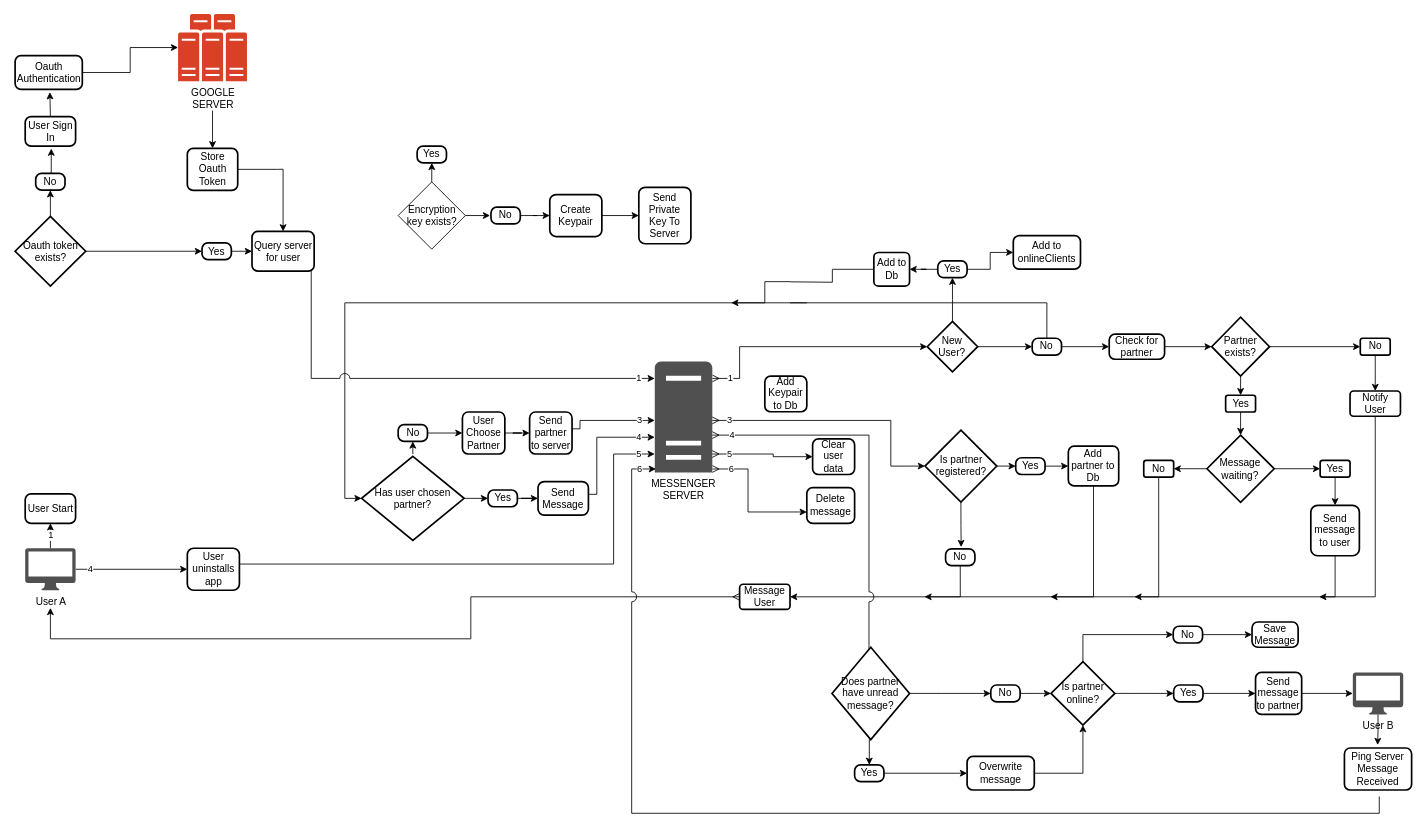
Above: mini_messenger_flowchart.drawio in gitupwithit/mini_messenger_extension (draw.io), before the change. Source tidied: cells renumbered, new cells numbered last; positions are measured from the earlier drawing's top-left corner, leaving out a move shared by most shapes. Both pictures are drawn from the tidied source at 84%, with x=0, y=0 at pixel (15, 13).
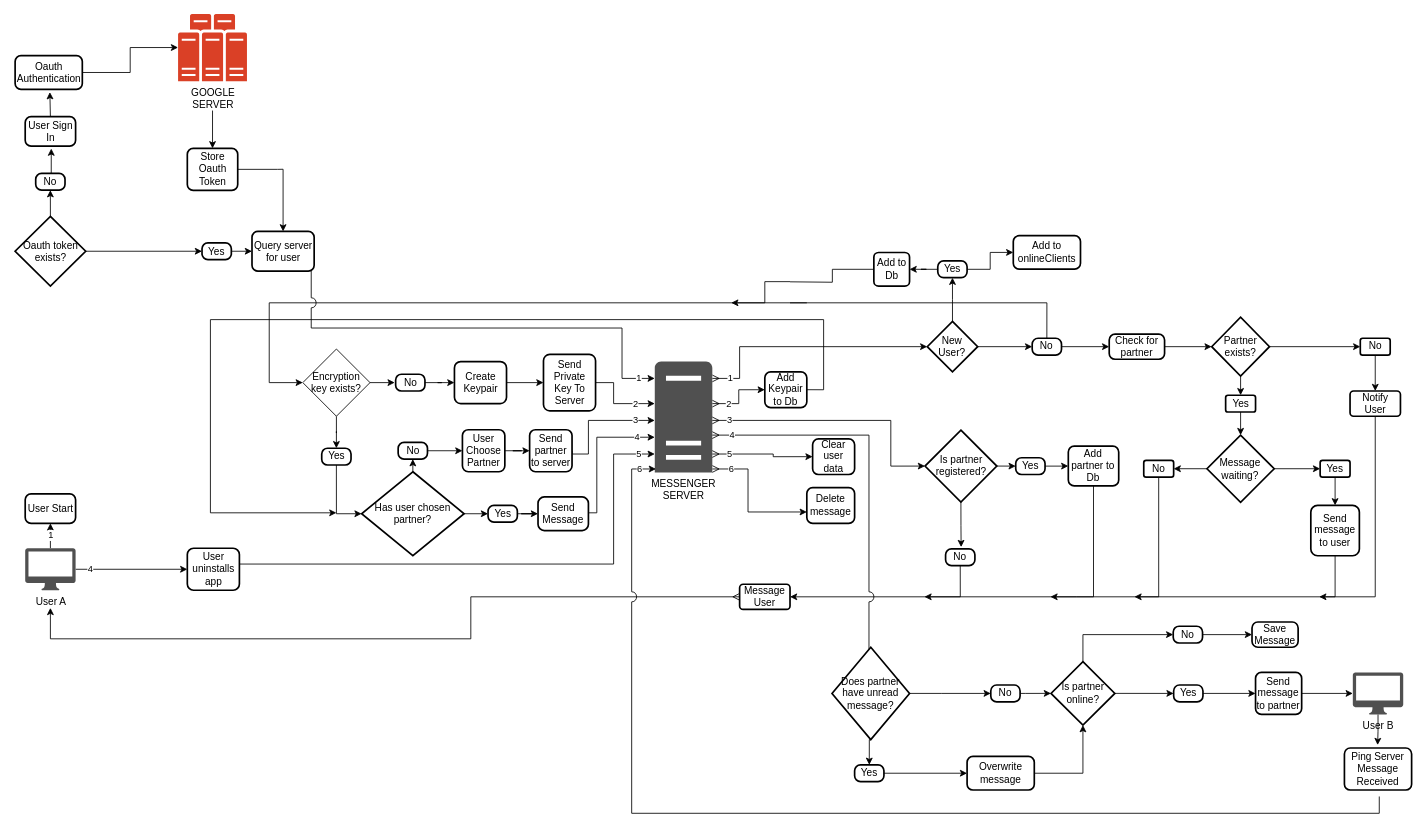
Above is the later version.

Unchanged cells that the change refers to:
```xml
<mxCell id="8" value="MESSENGER&lt;br&gt;SERVER" style="sketch=0;shadow=0;dashed=0;html=1;strokeColor=none;fillColor=#505050;labelPosition=center;verticalLabelPosition=bottom;verticalAlign=top;outlineConnect=0;align=center;shape=mxgraph.office.servers.server_generic;points=[[0.11,0.94,0,0,0],[0.5,1,0,0,34],[1,1,0,2,3]];" parent="1" vertex="1">
  <mxGeometry x="761" y="414" width="68.5" height="132" as="geometry" />
</mxCell>
```

Diff of the diagram source:
```diff
@@
+    <mxCell id="124" style="edgeStyle=orthogonalEdgeStyle;rounded=0;jettySize=auto;html=1;entryX=0;entryY=0.5;entryDx=0;entryDy=0;startArrow=ERmany;startFill=0;" parent="1" edge="1" source="8" target="123">
+      <mxGeometry relative="1" as="geometry">
+        <Array as="points">
+          <mxPoint x="861" y="464" />
+          <mxPoint x="861" y="448" />
+        </Array>
+      </mxGeometry>
+    </mxCell>
+    <mxCell id="125" value="2" style="edgeLabel;html=1;align=center;verticalAlign=middle;" parent="124" vertex="1">
+      <mxGeometry x="-0.52" y="1" relative="1" as="geometry" />
+    </mxCell>
@@
-    <mxCell id="26" style="edgeStyle=orthogonalEdgeStyle;rounded=0;jettySize=auto;html=1;flowAnimation=1;entryX=0;entryY=0.5;entryDx=0;entryDy=0;entryPerimeter=0;exitX=0;exitY=0.5;exitDx=0;exitDy=0;jumpStyle=arc;jumpSize=12;" parent="1" edge="1" target="46">
+    <mxCell id="26" style="edgeStyle=orthogonalEdgeStyle;rounded=0;jettySize=auto;html=1;flowAnimation=1;entryX=0;entryY=0.5;entryDx=0;entryDy=0;exitX=0;exitY=0.5;exitDx=0;exitDy=0;jumpStyle=arc;jumpSize=12;" parent="1" edge="1" target="115">
       <mxGeometry relative="1" as="geometry">
         <mxPoint x="922" y="318.8" as="sourcePoint" />
         <Array as="points">
           <mxPoint x="892" y="319" />
           <mxPoint x="892" y="344" />
-          <mxPoint x="392" y="344" />
-          <mxPoint x="392" y="577" />
-          <mxPoint x="412" y="577" />
+          <mxPoint x="302" y="344" />
+          <mxPoint x="302" y="439" />
         </Array>
       </mxGeometry>
     </mxCell>
@@
     <mxCell id="44" style="edgeStyle=orthogonalEdgeStyle;rounded=0;jettySize=auto;html=1;exitX=0.5;exitY=0;exitDx=0;exitDy=0;exitPerimeter=0;entryX=0.5;entryY=1;entryDx=0;entryDy=0;" parent="1" edge="1" target="50">
       <mxGeometry relative="1" as="geometry">
-        <mxPoint x="473" y="524" as="sourcePoint" />
+        <mxPoint x="473" y="545.1" as="sourcePoint" />
       </mxGeometry>
     </mxCell>
@@
     <mxCell id="46" value="Has user chosen partner?" style="strokeWidth=2;html=1;shape=mxgraph.flowchart.decision;whiteSpace=wrap;" parent="1" vertex="1">
-      <mxGeometry x="412" y="526.8" width="122" height="100" as="geometry" />
+      <mxGeometry x="412" y="545.1" width="122" height="100" as="geometry" />
     </mxCell>
@@
     <mxCell id="48" value="Yes" style="rounded=1;whiteSpace=wrap;html=1;absoluteArcSize=1;arcSize=14;strokeWidth=2;" parent="1" vertex="1">
-      <mxGeometry x="562.5" y="566.8" width="34.9" height="20" as="geometry" />
+      <mxGeometry x="562.5" y="585.1" width="34.9" height="20" as="geometry" />
     </mxCell>
@@
     <mxCell id="50" value="No" style="rounded=1;whiteSpace=wrap;html=1;absoluteArcSize=1;arcSize=14;strokeWidth=2;" parent="1" vertex="1">
-      <mxGeometry x="455.5" y="489" width="34.9" height="20" as="geometry" />
+      <mxGeometry x="455.5" y="510.1" width="34.9" height="20" as="geometry" />
     </mxCell>
@@
     <mxCell id="52" value="User Choose Partner" style="rounded=1;whiteSpace=wrap;html=1;absoluteArcSize=1;arcSize=14;strokeWidth=2;" parent="1" vertex="1">
-      <mxGeometry x="532" y="474" width="50.5" height="50" as="geometry" />
+      <mxGeometry x="532" y="495.1" width="50.5" height="50" as="geometry" />
     </mxCell>
     <mxCell id="53" value="3" style="edgeStyle=orthogonalEdgeStyle;rounded=0;jettySize=auto;html=1;exitX=1;exitY=0.5;exitDx=0;exitDy=0;" parent="1" edge="1" source="54" target="8">
       <mxGeometry x="0.67" relative="1" as="geometry">
         <Array as="points">
-          <mxPoint x="663" y="494" />
-          <mxPoint x="672" y="494" />
-          <mxPoint x="672" y="484" />
+          <mxPoint x="663" y="524" />
+          <mxPoint x="682" y="524" />
+          <mxPoint x="682" y="484" />
         </Array>
       </mxGeometry>
     </mxCell>
     <mxCell id="54" value="Send&lt;div&gt;partner to server&lt;/div&gt;" style="rounded=1;whiteSpace=wrap;html=1;absoluteArcSize=1;arcSize=14;strokeWidth=2;" parent="1" vertex="1">
-      <mxGeometry x="612" y="474" width="50.5" height="50" as="geometry" />
+      <mxGeometry x="612" y="495.1" width="50.5" height="50" as="geometry" />
     </mxCell>
@@
     <mxCell id="65" value="4" style="edgeStyle=orthogonalEdgeStyle;rounded=0;jettySize=auto;html=1;exitX=1;exitY=0.5;exitDx=0;exitDy=0;" parent="1" edge="1" source="66" target="8">
       <mxGeometry x="0.75" relative="1" as="geometry">
         <Array as="points">
-          <mxPoint x="682" y="572" />
-          <mxPoint x="692" y="572" />
+          <mxPoint x="682" y="594" />
+          <mxPoint x="692" y="594" />
           <mxPoint x="692" y="504" />
         </Array>
       </mxGeometry>
     </mxCell>
     <mxCell id="66" value="Send Message" style="rounded=1;whiteSpace=wrap;html=1;absoluteArcSize=1;arcSize=15;strokeWidth=2;" parent="1" vertex="1">
-      <mxGeometry x="622" y="556.8" width="60" height="40" as="geometry" />
+      <mxGeometry x="622" y="575.1" width="60" height="40" as="geometry" />
     </mxCell>
@@
     <mxCell id="110" value="1" style="edgeStyle=orthogonalEdgeStyle;rounded=0;jettySize=auto;html=1;exitX=1;exitY=0.5;exitDx=0;exitDy=0;jumpStyle=arc;jumpSize=12;" parent="1" edge="1" target="8">
       <mxGeometry x="0.93" relative="1" as="geometry">
         <mxPoint x="352" y="305.1" as="sourcePoint" />
         <Array as="points">
-          <mxPoint x="352" y="434" />
+          <mxPoint x="352" y="374" />
+          <mxPoint x="722" y="374" />
+          <mxPoint x="722" y="434" />
         </Array>
       </mxGeometry>
     </mxCell>
@@
-    <mxCell id="114" style="edgeStyle=orthogonalEdgeStyle;rounded=0;jettySize=auto;html=1;exitX=0.5;exitY=0;exitDx=0;exitDy=0;entryX=0.5;entryY=1;entryDx=0;entryDy=0;" parent="1" edge="1" source="115" target="116">
+    <mxCell id="114" style="edgeStyle=orthogonalEdgeStyle;rounded=0;jettySize=auto;html=1;entryX=0.5;entryY=0;entryDx=0;entryDy=0;" parent="1" edge="1" source="115" target="116">
       <mxGeometry relative="1" as="geometry" />
     </mxCell>
     <mxCell id="115" value="Encryption key exists?" style="rhombus;whiteSpace=wrap;html=1;" parent="1" vertex="1">
-      <mxGeometry x="455.5" y="200.1" width="80" height="80" as="geometry" />
+      <mxGeometry x="342" y="399" width="80" height="80" as="geometry" />
     </mxCell>
     <mxCell id="116" value="Yes" style="rounded=1;whiteSpace=wrap;html=1;absoluteArcSize=1;arcSize=14;strokeWidth=2;" parent="1" vertex="1">
-      <mxGeometry x="478.1" y="157.4" width="34.9" height="20" as="geometry" />
+      <mxGeometry x="364.5" y="517.1" width="34.9" height="20" as="geometry" />
     </mxCell>
@@
     <mxCell id="118" value="No" style="rounded=1;whiteSpace=wrap;html=1;absoluteArcSize=1;arcSize=14;strokeWidth=2;" parent="1" vertex="1">
-      <mxGeometry x="566" y="230.1" width="34.9" height="20" as="geometry" />
+      <mxGeometry x="452.5" y="429" width="34.9" height="20" as="geometry" />
     </mxCell>
@@
     <mxCell id="120" value="Create Keypair" style="rounded=1;whiteSpace=wrap;html=1;absoluteArcSize=1;arcSize=15;strokeWidth=2;" parent="1" vertex="1">
-      <mxGeometry x="636" y="215.1" width="62" height="50" as="geometry" />
+      <mxGeometry x="522.5" y="414" width="62" height="50" as="geometry" />
     </mxCell>
+    <mxCell id="126" style="edgeStyle=orthogonalEdgeStyle;rounded=0;jettySize=auto;html=1;exitX=1;exitY=0.5;exitDx=0;exitDy=0;" parent="1" edge="1" source="121" target="8">
+      <mxGeometry relative="1" as="geometry">
+        <Array as="points">
+          <mxPoint x="712" y="439" />
+          <mxPoint x="712" y="464" />
+        </Array>
+      </mxGeometry>
+    </mxCell>
+    <mxCell id="127" value="2" style="edgeLabel;html=1;align=center;verticalAlign=middle;" parent="126" vertex="1">
+      <mxGeometry x="0.5" relative="1" as="geometry" />
+    </mxCell>
     <mxCell id="121" value="Send Private Key To Server" style="rounded=1;whiteSpace=wrap;html=1;absoluteArcSize=1;arcSize=15;strokeWidth=2;" parent="1" vertex="1">
-      <mxGeometry x="742" y="206.5" width="62" height="67.2" as="geometry" />
+      <mxGeometry x="628.5" y="405.4" width="62" height="67.2" as="geometry" />
     </mxCell>
@@
+    <mxCell id="128" style="edgeStyle=orthogonalEdgeStyle;rounded=0;jettySize=auto;html=1;exitX=1;exitY=0.5;exitDx=0;exitDy=0;flowAnimation=1;" parent="1" edge="1" source="123">
+      <mxGeometry relative="1" as="geometry">
+        <mxPoint x="382" y="594" as="targetPoint" />
+        <Array as="points">
+          <mxPoint x="962" y="447" />
+          <mxPoint x="962" y="364" />
+          <mxPoint x="232" y="364" />
+          <mxPoint x="232" y="594" />
+        </Array>
+      </mxGeometry>
+    </mxCell>
     <mxCell id="123" value="Add Keypair to Db" style="rounded=1;whiteSpace=wrap;html=1;absoluteArcSize=1;arcSize=14;strokeWidth=2;" parent="1" vertex="1">
-      <mxGeometry x="892" y="431.2" width="50" height="42.5" as="geometry" />
+      <mxGeometry x="892" y="426.2" width="50" height="42.5" as="geometry" />
     </mxCell>
+    <mxCell id="129" style="edgeStyle=orthogonalEdgeStyle;rounded=0;jettySize=auto;html=1;exitX=0.5;exitY=1;exitDx=0;exitDy=0;entryX=0;entryY=0.5;entryDx=0;entryDy=0;entryPerimeter=0;" parent="1" edge="1" source="116" target="46">
+      <mxGeometry relative="1" as="geometry" />
+    </mxCell>
```
